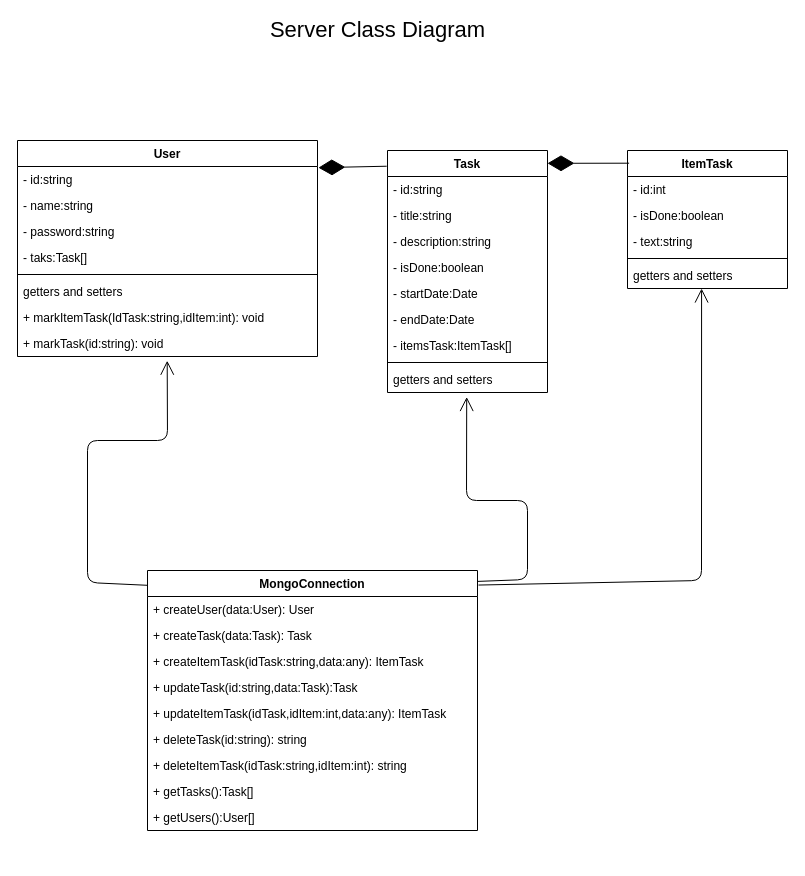
Before: docs/model-server.drawio in spaezsuarez/ToDo_graphql_server, a draw.io diagram. Source tidied: cells renumbered, new cells numbered last; positions are measured from the earlier drawing's top-left corner, leaving out a move shared by most shapes. Both pictures are drawn from the tidied source at 100%, with x=0, y=0 at pixel (17, 20).
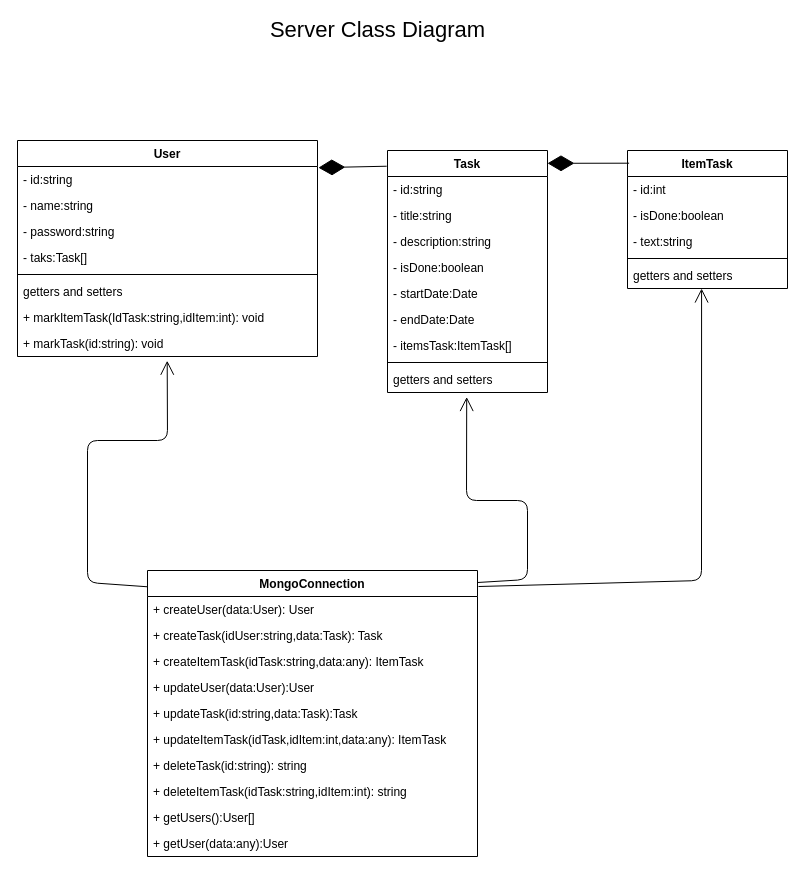
The same diagram, later.

Commit message:
Refactor modelamiento cases del servidor v0.2

Diff of the diagram source:
```diff
@@
     <mxCell id="30" value="MongoConnection" style="swimlane;fontStyle=1;align=center;verticalAlign=top;horizontal=1;startSize=26;" parent="1" vertex="1">
-      <mxGeometry x="130" y="550" width="330" height="260" as="geometry" />
+      <mxGeometry x="130" y="550" width="330" height="286" as="geometry" />
     </mxCell>
@@
-    <mxCell id="32" value="+ createTask(data:Task): Task" style="text;strokeColor=none;fillColor=none;align=left;verticalAlign=top;spacingLeft=4;spacingRight=4;overflow=hidden;" parent="30" vertex="1">
+    <mxCell id="32" value="+ createTask(idUser:string,data:Task): Task" style="text;strokeColor=none;fillColor=none;align=left;verticalAlign=top;spacingLeft=4;spacingRight=4;overflow=hidden;" parent="30" vertex="1">
       <mxGeometry y="52" width="330" height="26" as="geometry" />
     </mxCell>
@@
+    <mxCell id="43" value="+ updateUser(data:User):User" style="text;strokeColor=none;fillColor=none;align=left;verticalAlign=top;spacingLeft=4;spacingRight=4;overflow=hidden;" parent="30" vertex="1">
+      <mxGeometry y="104" width="330" height="26" as="geometry" />
+    </mxCell>
     <mxCell id="34" value="+ updateTask(id:string,data:Task):Task" style="text;strokeColor=none;fillColor=none;align=left;verticalAlign=top;spacingLeft=4;spacingRight=4;overflow=hidden;" parent="30" vertex="1">
-      <mxGeometry y="104" width="330" height="26" as="geometry" />
+      <mxGeometry y="130" width="330" height="26" as="geometry" />
     </mxCell>
     <mxCell id="35" value="+ updateItemTask(idTask,idItem:int,data:any): ItemTask" style="text;strokeColor=none;fillColor=none;align=left;verticalAlign=top;spacingLeft=4;spacingRight=4;overflow=hidden;" parent="30" vertex="1">
-      <mxGeometry y="130" width="330" height="26" as="geometry" />
+      <mxGeometry y="156" width="330" height="26" as="geometry" />
     </mxCell>
     <mxCell id="36" value="+ deleteTask(id:string): string" style="text;strokeColor=none;fillColor=none;align=left;verticalAlign=top;spacingLeft=4;spacingRight=4;overflow=hidden;" parent="30" vertex="1">
-      <mxGeometry y="156" width="330" height="26" as="geometry" />
+      <mxGeometry y="182" width="330" height="26" as="geometry" />
     </mxCell>
     <mxCell id="37" value="+ deleteItemTask(idTask:string,idItem:int): string" style="text;strokeColor=none;fillColor=none;align=left;verticalAlign=top;spacingLeft=4;spacingRight=4;overflow=hidden;" parent="30" vertex="1">
-      <mxGeometry y="182" width="330" height="26" as="geometry" />
+      <mxGeometry y="208" width="330" height="26" as="geometry" />
     </mxCell>
-    <mxCell id="38" value="+ getTasks():Task[]" style="text;strokeColor=none;fillColor=none;align=left;verticalAlign=top;spacingLeft=4;spacingRight=4;overflow=hidden;" parent="30" vertex="1">
-      <mxGeometry y="208" width="330" height="26" as="geometry" />
-    </mxCell>
@@
+    <mxCell id="44" value="+ getUser(data:any):User" style="text;strokeColor=none;fillColor=none;align=left;verticalAlign=top;spacingLeft=4;spacingRight=4;overflow=hidden;" parent="30" vertex="1">
+      <mxGeometry y="260" width="330" height="26" as="geometry" />
+    </mxCell>
```
